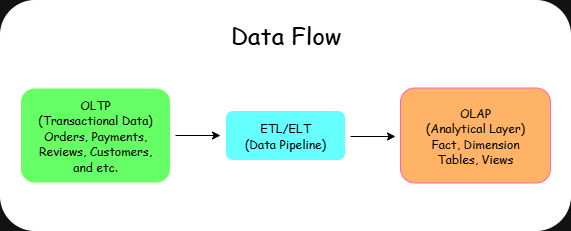
This is outputs/diagrams/Data Flow.drawio.png from Preeti290995-edhec/Data-Engineering-Project, a draw.io export, as it was before one commit. Source tidied: cells renumbered, new cells last; positions are measured from the earlier drawing's top-left corner, leaving out a move shared by most shapes.
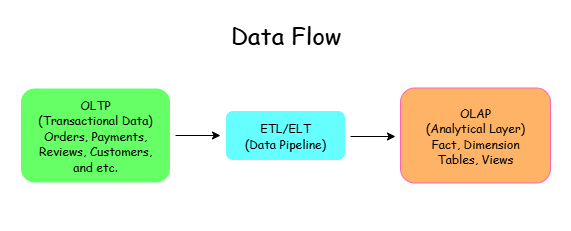
The same diagram one commit later.

What changed in the source:
```diff
@@ -2,7 +2,7 @@
   <root>
     <mxCell id="0" />
     <mxCell id="1" parent="0" />
-    <mxCell id="2" style="rounded=1;whiteSpace=wrap;html=1;fillColor=light-dark(#FFFFFF,#FFFFFF);" parent="1" vertex="1">
+    <mxCell id="2" style="rounded=0;whiteSpace=wrap;html=1;fillColor=light-dark(#FFFFFF,#FFFFFF);" parent="1" vertex="1">
       <mxGeometry width="570" height="230" as="geometry" />
     </mxCell>
     <mxCell id="3" style="rounded=1;whiteSpace=wrap;html=1;fillColor=light-dark(#FFFFFF,#66FF66);" parent="1" vertex="1">
```
